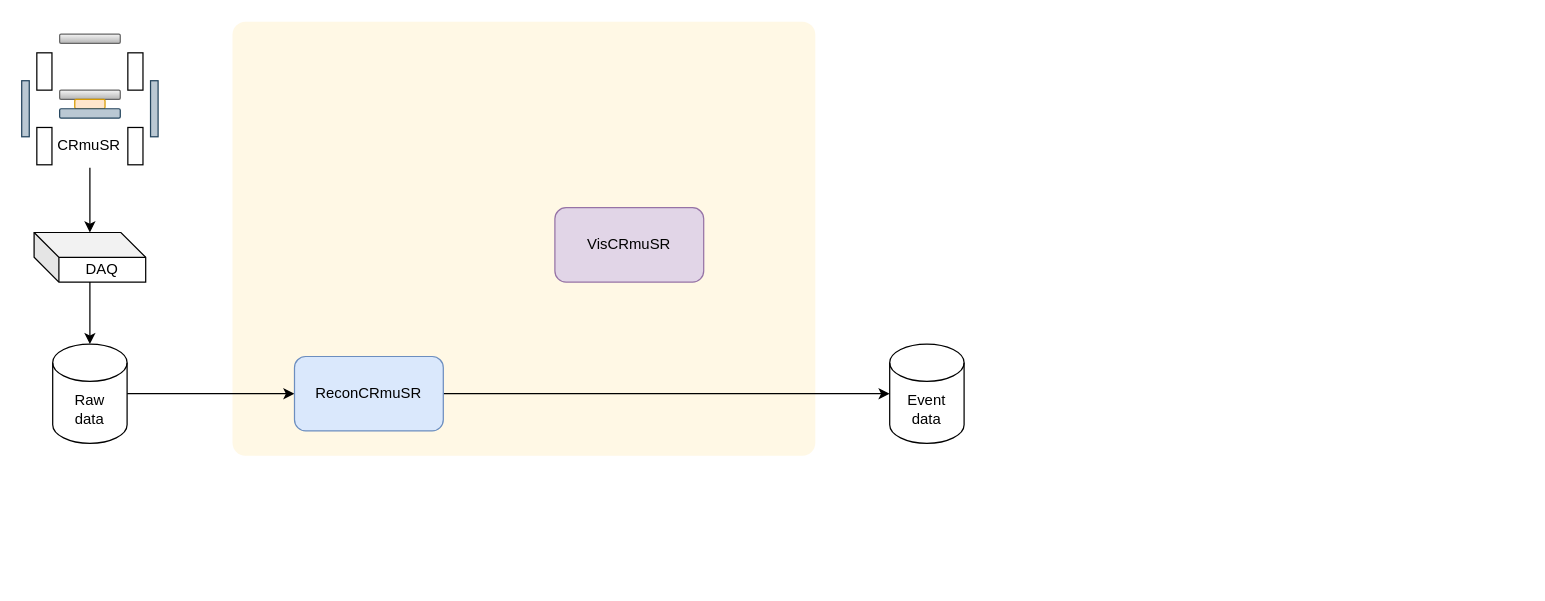
Above: CRmuSRRecon.drawio in Lawrence-Sun/diagrams (draw.io), before the change. Source tidied: cells renumbered, new cells numbered last; positions are measured from the earlier drawing's top-left corner, leaving out a move shared by most shapes. Both pictures are drawn from the tidied source at 124%, with x=0, y=0 at pixel (21, 21).
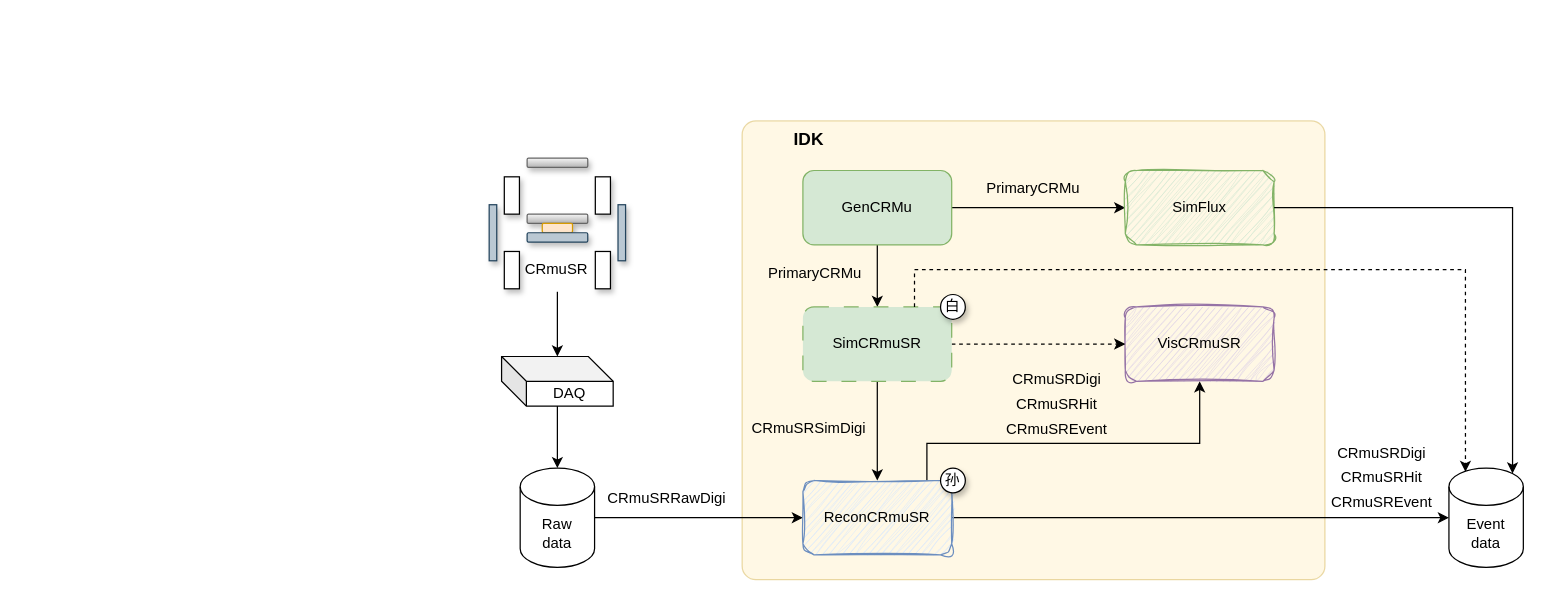
Above is the later version.

Diff of the diagram source:
```diff
@@
+    <mxCell id="24" style="group;" parent="1" vertex="1">
+      <mxGeometry x="377" y="80" width="834" height="370" as="geometry" />
+    </mxCell>
-    <mxCell id="2" style="rounded=1;whiteSpace=wrap;html=1;arcSize=3;fillColor=#fff2cc;strokeColor=none;opacity=50;" parent="1" vertex="1">
-      <mxGeometry x="170" width="470" height="350" as="geometry" />
+    <mxCell id="2" style="rounded=1;whiteSpace=wrap;html=1;arcSize=3;fillColor=#fff2cc;strokeColor=#d6b656;opacity=50;" parent="24" vertex="1">
+      <mxGeometry x="204" width="470" height="370" as="geometry" />
     </mxCell>
-    <mxCell id="3" style="group;" parent="1" vertex="1">
-      <mxGeometry y="10" width="110" height="107.9" as="geometry" />
+    <mxCell id="3" style="group;shadow=1;" parent="24" vertex="1">
+      <mxGeometry y="30" width="110" height="107.9" as="geometry" />
     </mxCell>
-    <mxCell id="4" style="rounded=1;whiteSpace=wrap;html=1;fillColor=#f5f5f5;strokeColor=#666666;gradientColor=#b3b3b3;" parent="3" vertex="1">
+    <mxCell id="4" style="rounded=1;whiteSpace=wrap;html=1;fillColor=#f5f5f5;strokeColor=#666666;gradientColor=#b3b3b3;shadow=1;" parent="3" vertex="1">
       <mxGeometry x="30.6" width="48.9" height="7.5" as="geometry" />
     </mxCell>
-    <mxCell id="5" style="rounded=0;whiteSpace=wrap;html=1;" parent="3" vertex="1">
+    <mxCell id="5" style="rounded=0;whiteSpace=wrap;html=1;shadow=1;" parent="3" vertex="1">
       <mxGeometry x="12.2" y="15.1" width="12.2" height="30.1" as="geometry" />
     </mxCell>
-    <mxCell id="6" style="rounded=0;whiteSpace=wrap;html=1;" parent="3" vertex="1">
+    <mxCell id="6" style="rounded=0;whiteSpace=wrap;html=1;shadow=1;" parent="3" vertex="1">
       <mxGeometry x="85.6" y="15.1" width="12.2" height="30.1" as="geometry" />
     </mxCell>
-    <mxCell id="7" style="rounded=1;whiteSpace=wrap;html=1;fillColor=#f5f5f5;strokeColor=#666666;gradientColor=#b3b3b3;" parent="3" vertex="1">
+    <mxCell id="7" style="rounded=1;whiteSpace=wrap;html=1;fillColor=#f5f5f5;strokeColor=#666666;gradientColor=#b3b3b3;shadow=1;" parent="3" vertex="1">
       <mxGeometry x="30.6" y="45.2" width="48.9" height="7.5" as="geometry" />
     </mxCell>
-    <mxCell id="8" style="rounded=0;whiteSpace=wrap;html=1;" parent="3" vertex="1">
+    <mxCell id="8" style="rounded=0;whiteSpace=wrap;html=1;shadow=1;" parent="3" vertex="1">
       <mxGeometry x="12.2" y="75.3" width="12.2" height="30.1" as="geometry" />
     </mxCell>
-    <mxCell id="9" style="rounded=0;whiteSpace=wrap;html=1;" parent="3" vertex="1">
+    <mxCell id="9" style="rounded=0;whiteSpace=wrap;html=1;shadow=1;" parent="3" vertex="1">
       <mxGeometry x="85.6" y="75.3" width="12.2" height="30.1" as="geometry" />
     </mxCell>
-    <mxCell id="10" style="rounded=0;whiteSpace=wrap;html=1;fillColor=#bac8d3;strokeColor=#23445d;" parent="3" vertex="1">
+    <mxCell id="10" style="rounded=0;whiteSpace=wrap;html=1;fillColor=#bac8d3;strokeColor=#23445d;shadow=1;" parent="3" vertex="1">
       <mxGeometry x="103.9" y="37.6" width="6.1" height="45.2" as="geometry" />
     </mxCell>
-    <mxCell id="11" style="rounded=0;whiteSpace=wrap;html=1;fillColor=#bac8d3;strokeColor=#23445d;" parent="3" vertex="1">
+    <mxCell id="11" style="rounded=0;whiteSpace=wrap;html=1;fillColor=#bac8d3;strokeColor=#23445d;shadow=1;" parent="3" vertex="1">
       <mxGeometry y="37.6" width="6.1" height="45.2" as="geometry" />
     </mxCell>
-    <mxCell id="12" style="rounded=1;whiteSpace=wrap;html=1;fillColor=#ffe6cc;strokeColor=#d79b00;" parent="3" vertex="1">
+    <mxCell id="12" style="rounded=1;whiteSpace=wrap;html=1;fillColor=#ffe6cc;strokeColor=#d79b00;shadow=1;" parent="3" vertex="1">
       <mxGeometry x="42.8" y="52.7" width="24.4" height="7.5" as="geometry" />
     </mxCell>
-    <mxCell id="13" style="rounded=1;whiteSpace=wrap;html=1;fillColor=#bac8d3;strokeColor=#23445d;" parent="3" vertex="1">
+    <mxCell id="13" style="rounded=1;whiteSpace=wrap;html=1;fillColor=#bac8d3;strokeColor=#23445d;shadow=1;" parent="3" vertex="1">
       <mxGeometry x="30.6" y="60.2" width="48.9" height="7.5" as="geometry" />
     </mxCell>
-    <mxCell id="14" value="CRmuSR" style="text;html=1;whiteSpace=wrap;strokeColor=none;fillColor=none;align=center;verticalAlign=middle;rounded=0;" parent="3" vertex="1">
+    <mxCell id="14" value="CRmuSR" style="text;html=1;whiteSpace=wrap;strokeColor=none;fillColor=none;align=center;verticalAlign=middle;rounded=0;shadow=1;" parent="3" vertex="1">
       <mxGeometry x="18.3" y="72.7" width="73.3" height="35.1" as="geometry" />
     </mxCell>
-    <mxCell id="15" value="DAQ" style="shape=cube;whiteSpace=wrap;html=1;boundedLbl=1;backgroundOutline=1;darkOpacity=0.05;darkOpacity2=0.1;" parent="1" vertex="1">
-      <mxGeometry x="10" y="170" width="90" height="40" as="geometry" />
+    <mxCell id="15" value="DAQ" style="shape=cube;whiteSpace=wrap;html=1;boundedLbl=1;backgroundOutline=1;darkOpacity=0.05;darkOpacity2=0.1;" parent="24" vertex="1">
+      <mxGeometry x="10" y="190" width="90" height="40" as="geometry" />
     </mxCell>
-    <mxCell id="16" style="edgeStyle=orthogonalEdgeStyle;rounded=0;jettySize=auto;html=1;" parent="1" edge="1" source="14" target="15">
+    <mxCell id="16" style="edgeStyle=orthogonalEdgeStyle;rounded=0;jettySize=auto;html=1;" parent="24" edge="1" source="14" target="15">
       <mxGeometry relative="1" as="geometry" />
     </mxCell>
-    <mxCell id="17" style="edgeStyle=orthogonalEdgeStyle;rounded=0;jettySize=auto;html=1;entryX=0;entryY=0.5;entryDx=0;entryDy=0;" parent="1" edge="1" source="18" target="21">
+    <mxCell id="17" style="edgeStyle=orthogonalEdgeStyle;rounded=0;jettySize=auto;html=1;entryX=0;entryY=0.5;entryDx=0;entryDy=0;" parent="24" edge="1" source="18" target="21">
       <mxGeometry relative="1" as="geometry" />
     </mxCell>
-    <mxCell id="18" value="Raw&lt;div&gt;data&lt;/div&gt;" style="shape=cylinder3;whiteSpace=wrap;html=1;boundedLbl=1;backgroundOutline=1;size=15;" parent="1" vertex="1">
-      <mxGeometry x="25" y="260" width="60" height="80" as="geometry" />
+    <mxCell id="18" value="Raw&lt;div&gt;data&lt;/div&gt;" style="shape=cylinder3;whiteSpace=wrap;html=1;boundedLbl=1;backgroundOutline=1;size=15;" parent="24" vertex="1">
+      <mxGeometry x="25" y="280" width="60" height="80" as="geometry" />
     </mxCell>
-    <mxCell id="19" style="edgeStyle=orthogonalEdgeStyle;rounded=0;jettySize=auto;html=1;entryX=0.5;entryY=0;entryDx=0;entryDy=0;entryPerimeter=0;" parent="1" edge="1" source="15" target="18">
+    <mxCell id="19" style="edgeStyle=orthogonalEdgeStyle;rounded=0;jettySize=auto;html=1;entryX=0.5;entryY=0;entryDx=0;entryDy=0;entryPerimeter=0;" parent="24" edge="1" source="15" target="18">
       <mxGeometry relative="1" as="geometry" />
     </mxCell>
-    <mxCell id="20" style="edgeStyle=orthogonalEdgeStyle;rounded=0;jettySize=auto;html=1;" parent="1" edge="1" source="21">
+    <mxCell id="20" style="edgeStyle=orthogonalEdgeStyle;rounded=0;jettySize=auto;html=1;" parent="24" edge="1" source="21">
       <mxGeometry relative="1" as="geometry">
-        <mxPoint x="700" y="300" as="targetPoint" />
+        <mxPoint x="774" y="320" as="targetPoint" />
       </mxGeometry>
     </mxCell>
+    <mxCell id="25" style="edgeStyle=orthogonalEdgeStyle;rounded=0;jettySize=auto;html=1;entryX=0.5;entryY=1;entryDx=0;entryDy=0;" parent="24" edge="1" source="21" target="23">
+      <mxGeometry relative="1" as="geometry">
+        <Array as="points">
+          <mxPoint x="353" y="260" />
+          <mxPoint x="573" y="260" />
+        </Array>
+      </mxGeometry>
+    </mxCell>
-    <mxCell id="21" value="ReconCRmuSR" style="rounded=1;whiteSpace=wrap;html=1;fillColor=#dae8fc;strokeColor=#6c8ebf;" parent="1" vertex="1">
-      <mxGeometry x="220" y="270" width="120" height="60" as="geometry" />
+    <mxCell id="21" value="ReconCRmuSR" style="rounded=1;whiteSpace=wrap;html=1;fillColor=#dae8fc;strokeColor=#6c8ebf;sketch=1;curveFitting=1;jiggle=2;" parent="24" vertex="1">
+      <mxGeometry x="253" y="290" width="120" height="60" as="geometry" />
     </mxCell>
-    <mxCell id="22" value="Event&lt;div&gt;data&lt;/div&gt;" style="shape=cylinder3;whiteSpace=wrap;html=1;boundedLbl=1;backgroundOutline=1;size=15;" parent="1" vertex="1">
-      <mxGeometry x="700" y="260" width="60" height="80" as="geometry" />
+    <mxCell id="22" value="Event&lt;div&gt;data&lt;/div&gt;" style="shape=cylinder3;whiteSpace=wrap;html=1;boundedLbl=1;backgroundOutline=1;size=15;" parent="24" vertex="1">
+      <mxGeometry x="774" y="280" width="60" height="80" as="geometry" />
     </mxCell>
-    <mxCell id="23" value="VisCRmuSR" style="rounded=1;whiteSpace=wrap;html=1;fillColor=#e1d5e7;strokeColor=#9673a6;" parent="1" vertex="1">
-      <mxGeometry x="430" y="150" width="120" height="60" as="geometry" />
+    <mxCell id="23" value="VisCRmuSR" style="rounded=1;whiteSpace=wrap;html=1;fillColor=#e1d5e7;strokeColor=#9673a6;sketch=1;curveFitting=1;jiggle=2;" parent="24" vertex="1">
+      <mxGeometry x="513" y="150" width="120" height="60" as="geometry" />
     </mxCell>
+    <mxCell id="26" style="group;" parent="24" vertex="1">
+      <mxGeometry x="413" y="194" width="90" height="70" as="geometry" />
+    </mxCell>
+    <mxCell id="27" value="CRmuSRHit" style="text;html=1;whiteSpace=wrap;strokeColor=none;fillColor=none;align=center;verticalAlign=middle;rounded=0;" parent="26" vertex="1">
+      <mxGeometry y="20" width="90" height="30" as="geometry" />
+    </mxCell>
+    <mxCell id="28" value="CRmuSRDigi" style="text;html=1;whiteSpace=wrap;strokeColor=none;fillColor=none;align=center;verticalAlign=middle;rounded=0;" parent="26" vertex="1">
+      <mxGeometry width="90" height="30" as="geometry" />
+    </mxCell>
+    <mxCell id="29" value="CRmuSREvent" style="text;html=1;whiteSpace=wrap;strokeColor=none;fillColor=none;align=center;verticalAlign=middle;rounded=0;" parent="26" vertex="1">
+      <mxGeometry y="40" width="90" height="30" as="geometry" />
+    </mxCell>
+    <mxCell id="30" style="edgeStyle=orthogonalEdgeStyle;rounded=0;jettySize=auto;html=1;" parent="24" edge="1" source="32" target="35">
+      <mxGeometry relative="1" as="geometry" />
+    </mxCell>
+    <mxCell id="31" style="edgeStyle=orthogonalEdgeStyle;rounded=0;jettySize=auto;html=1;" parent="24" edge="1" source="32" target="38">
+      <mxGeometry relative="1" as="geometry" />
+    </mxCell>
+    <mxCell id="32" value="GenCRMu" style="rounded=1;whiteSpace=wrap;html=1;fillColor=#d5e8d4;strokeColor=#82b366;" parent="24" vertex="1">
+      <mxGeometry x="253" y="40" width="120" height="60" as="geometry" />
+    </mxCell>
+    <mxCell id="33" style="edgeStyle=orthogonalEdgeStyle;rounded=0;jettySize=auto;html=1;dashed=1;flowAnimation=0;" parent="24" edge="1" source="35" target="23">
+      <mxGeometry relative="1" as="geometry" />
+    </mxCell>
+    <mxCell id="34" style="edgeStyle=orthogonalEdgeStyle;rounded=0;jettySize=auto;html=1;" parent="24" edge="1" source="35" target="21">
+      <mxGeometry relative="1" as="geometry" />
+    </mxCell>
+    <mxCell id="35" value="SimCRmuSR" style="rounded=1;whiteSpace=wrap;html=1;fillColor=#d5e8d4;strokeColor=#82b366;glass=0;dashed=1;dashPattern=12 12;" parent="24" vertex="1">
+      <mxGeometry x="253" y="150" width="120" height="60" as="geometry" />
+    </mxCell>
+    <mxCell id="36" style="edgeStyle=orthogonalEdgeStyle;rounded=0;jettySize=auto;html=1;exitX=0.75;exitY=0;exitDx=0;exitDy=0;entryX=0.222;entryY=0.038;entryDx=0;entryDy=0;entryPerimeter=0;dashed=1;flowAnimation=0;" parent="24" edge="1" source="35" target="22">
+      <mxGeometry relative="1" as="geometry">
+        <Array as="points">
+          <mxPoint x="343" y="120" />
+          <mxPoint x="787" y="120" />
+        </Array>
+      </mxGeometry>
+    </mxCell>
+    <mxCell id="37" value="&lt;b&gt;&lt;font style=&quot;font-size: 14px;&quot;&gt;IDK&lt;/font&gt;&lt;/b&gt;" style="text;html=1;whiteSpace=wrap;strokeColor=none;fillColor=none;align=center;verticalAlign=middle;rounded=0;" parent="24" vertex="1">
+      <mxGeometry x="228" width="60" height="30" as="geometry" />
+    </mxCell>
+    <mxCell id="38" value="SimFlux" style="rounded=1;whiteSpace=wrap;html=1;fillColor=#d5e8d4;strokeColor=#82b366;sketch=1;curveFitting=1;jiggle=2;" parent="24" vertex="1">
+      <mxGeometry x="513" y="40" width="120" height="60" as="geometry" />
+    </mxCell>
+    <mxCell id="39" style="edgeStyle=orthogonalEdgeStyle;rounded=0;jettySize=auto;html=1;entryX=0.855;entryY=0;entryDx=0;entryDy=4.35;entryPerimeter=0;" parent="24" edge="1" source="38" target="22">
+      <mxGeometry relative="1" as="geometry" />
+    </mxCell>
+    <mxCell id="40" style="group;" parent="24" vertex="1">
+      <mxGeometry x="675" y="253" width="90" height="70" as="geometry" />
+    </mxCell>
+    <mxCell id="41" value="CRmuSRHit" style="text;html=1;whiteSpace=wrap;strokeColor=none;fillColor=none;align=center;verticalAlign=middle;rounded=0;" parent="40" vertex="1">
+      <mxGeometry y="20" width="90" height="30" as="geometry" />
+    </mxCell>
+    <mxCell id="42" value="CRmuSRDigi" style="text;html=1;whiteSpace=wrap;strokeColor=none;fillColor=none;align=center;verticalAlign=middle;rounded=0;" parent="40" vertex="1">
+      <mxGeometry width="90" height="30" as="geometry" />
+    </mxCell>
+    <mxCell id="43" value="CRmuSREvent" style="text;html=1;whiteSpace=wrap;strokeColor=none;fillColor=none;align=center;verticalAlign=middle;rounded=0;" parent="40" vertex="1">
+      <mxGeometry y="40" width="90" height="30" as="geometry" />
+    </mxCell>
+    <mxCell id="44" value="白" style="ellipse;whiteSpace=wrap;html=1;shadow=1;" parent="24" vertex="1">
+      <mxGeometry x="364" y="140" width="20" height="20" as="geometry" />
+    </mxCell>
+    <mxCell id="45" value="孙" style="ellipse;whiteSpace=wrap;html=1;shadow=1;" parent="24" vertex="1">
+      <mxGeometry x="364" y="280" width="20" height="20" as="geometry" />
+    </mxCell>
+    <mxCell id="46" value="PrimaryCRMu" style="text;html=1;whiteSpace=wrap;strokeColor=none;fillColor=none;align=center;verticalAlign=middle;rounded=0;" parent="24" vertex="1">
+      <mxGeometry x="394" y="40" width="90" height="30" as="geometry" />
+    </mxCell>
+    <mxCell id="47" value="PrimaryCRMu" style="text;html=1;whiteSpace=wrap;strokeColor=none;fillColor=none;align=center;verticalAlign=middle;rounded=0;" parent="24" vertex="1">
+      <mxGeometry x="218" y="107.9" width="90" height="30" as="geometry" />
+    </mxCell>
+    <mxCell id="48" value="CRmuSRSimDigi" style="text;html=1;whiteSpace=wrap;strokeColor=none;fillColor=none;align=center;verticalAlign=middle;rounded=0;" parent="24" vertex="1">
+      <mxGeometry x="205" y="230" width="106" height="36" as="geometry" />
+    </mxCell>
+    <mxCell id="49" value="CRmuSRRawDigi" style="text;html=1;whiteSpace=wrap;strokeColor=none;fillColor=none;align=center;verticalAlign=middle;rounded=0;" parent="24" vertex="1">
+      <mxGeometry x="94" y="290" width="99" height="30" as="geometry" />
+    </mxCell>
```
